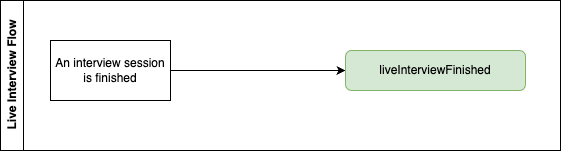
This is docs/images/live-interview-events.png from CodeSignal/developer-docs, a draw.io export, as it was before one commit. Source tidied: cells renumbered, new cells last; positions are measured from the earlier drawing's top-left corner, leaving out a move shared by most shapes.
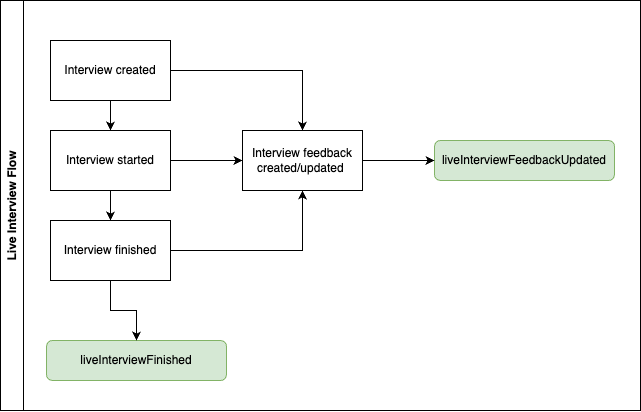
Later version of the same file.

The edit, as a diff of the source:
```diff
@@ -3,16 +3,46 @@
     <mxCell id="0" />
     <mxCell id="1" parent="0" />
     <mxCell id="2" value="Live Interview Flow" style="swimlane;horizontal=0;whiteSpace=wrap;html=1;" parent="1" vertex="1">
-      <mxGeometry width="560" height="150" as="geometry" />
+      <mxGeometry width="640" height="410" as="geometry" />
     </mxCell>
-    <mxCell id="3" style="edgeStyle=orthogonalEdgeStyle;rounded=0;jettySize=auto;html=1;exitX=1;exitY=0.5;exitDx=0;exitDy=0;entryX=0;entryY=0.5;entryDx=0;entryDy=0;" parent="2" edge="1" source="5" target="4">
-      <mxGeometry relative="1" as="geometry" />
+    <mxCell id="3" value="liveInterviewFinished" style="rounded=1;whiteSpace=wrap;html=1;fillColor=#d5e8d4;strokeColor=#82b366;" parent="2" vertex="1">
+      <mxGeometry x="46" y="340" width="180" height="40" as="geometry" />
     </mxCell>
-    <mxCell id="4" value="liveInterviewFinished" style="rounded=1;whiteSpace=wrap;html=1;fillColor=#d5e8d4;strokeColor=#82b366;" parent="2" vertex="1">
-      <mxGeometry x="345" y="50" width="180" height="40" as="geometry" />
+    <mxCell id="4" style="edgeStyle=orthogonalEdgeStyle;rounded=0;jettySize=auto;html=1;" parent="2" edge="1" source="6" target="10">
+      <mxGeometry relative="1" as="geometry" />
     </mxCell>
-    <mxCell id="5" value="An interview session is finished" style="rounded=0;whiteSpace=wrap;html=1;" parent="2" vertex="1">
-      <mxGeometry x="50" y="40" width="120" height="60" as="geometry" />
+    <mxCell id="5" style="edgeStyle=orthogonalEdgeStyle;rounded=0;jettySize=auto;html=1;" parent="2" edge="1" source="6" target="15">
+      <mxGeometry relative="1" as="geometry" />
     </mxCell>
+    <mxCell id="6" value="Interview created" style="rounded=0;whiteSpace=wrap;html=1;" parent="2" vertex="1">
+      <mxGeometry x="50" y="40" width="120" height="60" as="geometry" />
+    </mxCell>
+    <mxCell id="7" value="liveInterviewFeedbackUpdated" style="rounded=1;whiteSpace=wrap;html=1;fillColor=#d5e8d4;strokeColor=#82b366;" parent="2" vertex="1">
+      <mxGeometry x="434" y="140" width="180" height="40" as="geometry" />
+    </mxCell>
+    <mxCell id="8" style="edgeStyle=orthogonalEdgeStyle;rounded=0;jettySize=auto;html=1;" parent="2" edge="1" source="10" target="13">
+      <mxGeometry relative="1" as="geometry" />
+    </mxCell>
+    <mxCell id="9" style="edgeStyle=orthogonalEdgeStyle;rounded=0;jettySize=auto;html=1;" parent="2" edge="1" source="10" target="15">
+      <mxGeometry relative="1" as="geometry" />
+    </mxCell>
+    <mxCell id="10" value="Interview started" style="rounded=0;whiteSpace=wrap;html=1;" parent="2" vertex="1">
+      <mxGeometry x="50" y="130" width="120" height="60" as="geometry" />
+    </mxCell>
+    <mxCell id="11" style="edgeStyle=orthogonalEdgeStyle;rounded=0;jettySize=auto;html=1;" parent="2" edge="1" source="13" target="3">
+      <mxGeometry relative="1" as="geometry" />
+    </mxCell>
+    <mxCell id="12" style="edgeStyle=orthogonalEdgeStyle;rounded=0;jettySize=auto;html=1;exitX=1;exitY=0.5;exitDx=0;exitDy=0;entryX=0.5;entryY=1;entryDx=0;entryDy=0;" parent="2" edge="1" source="13" target="15">
+      <mxGeometry relative="1" as="geometry" />
+    </mxCell>
+    <mxCell id="13" value="Interview finished" style="rounded=0;whiteSpace=wrap;html=1;" parent="2" vertex="1">
+      <mxGeometry x="50" y="220" width="120" height="60" as="geometry" />
+    </mxCell>
+    <mxCell id="14" style="edgeStyle=orthogonalEdgeStyle;rounded=0;jettySize=auto;html=1;" parent="2" edge="1" source="15" target="7">
+      <mxGeometry relative="1" as="geometry" />
+    </mxCell>
+    <mxCell id="15" value="Interview feedback created/updated&amp;nbsp;" style="rounded=0;whiteSpace=wrap;html=1;" parent="2" vertex="1">
+      <mxGeometry x="242" y="130" width="120" height="60" as="geometry" />
+    </mxCell>
   </root>
 </mxGraphModel>
```
